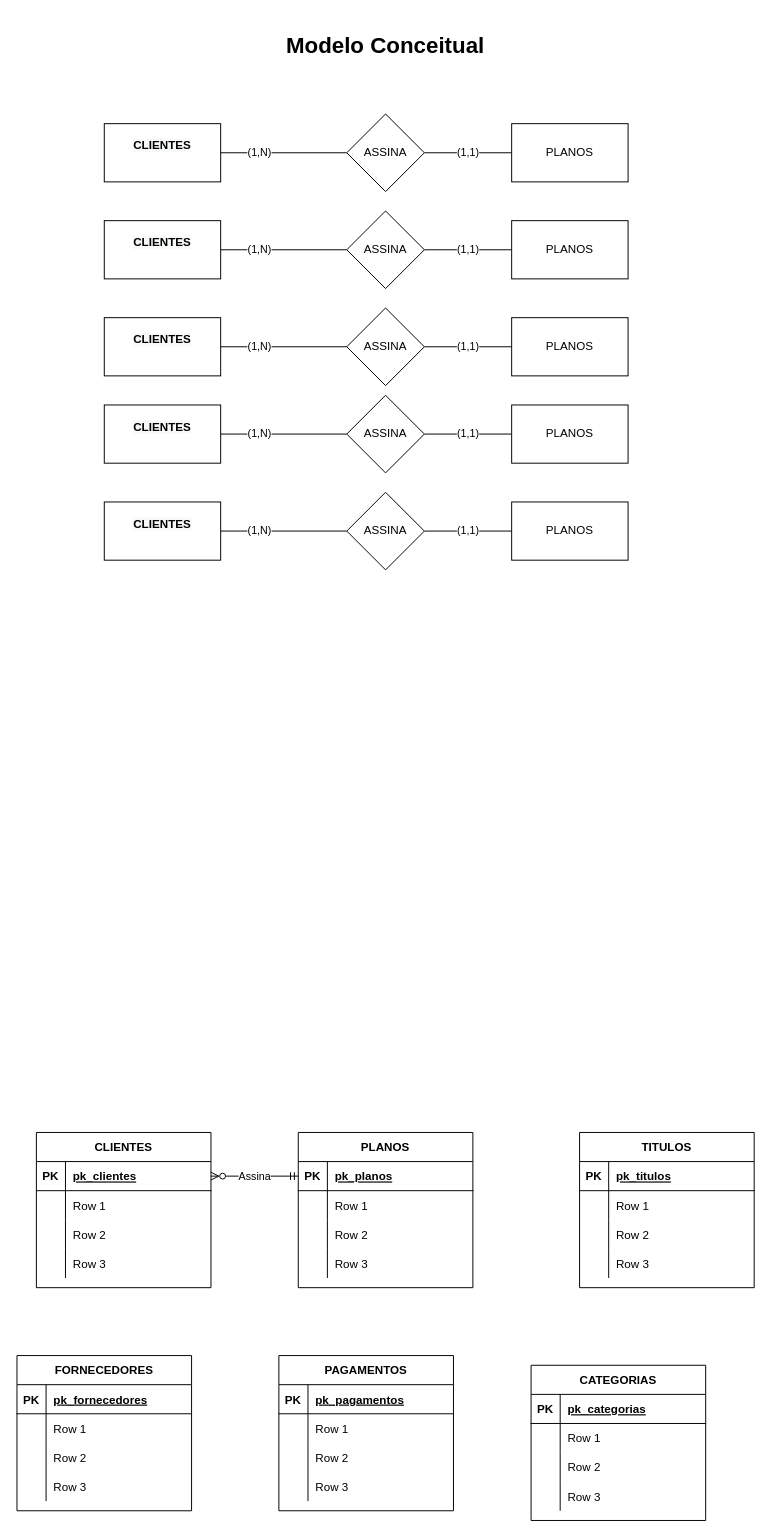
Above: Diagrama sem nome.drawio in fguit/FGV_BDV_AG (draw.io), before the change. Source tidied: cells renumbered, new cells numbered last; positions are measured from the earlier drawing's top-left corner, leaving out a move shared by most shapes. Both pictures are drawn from the tidied source at 97%, with x=0, y=0 at pixel (16, 16).
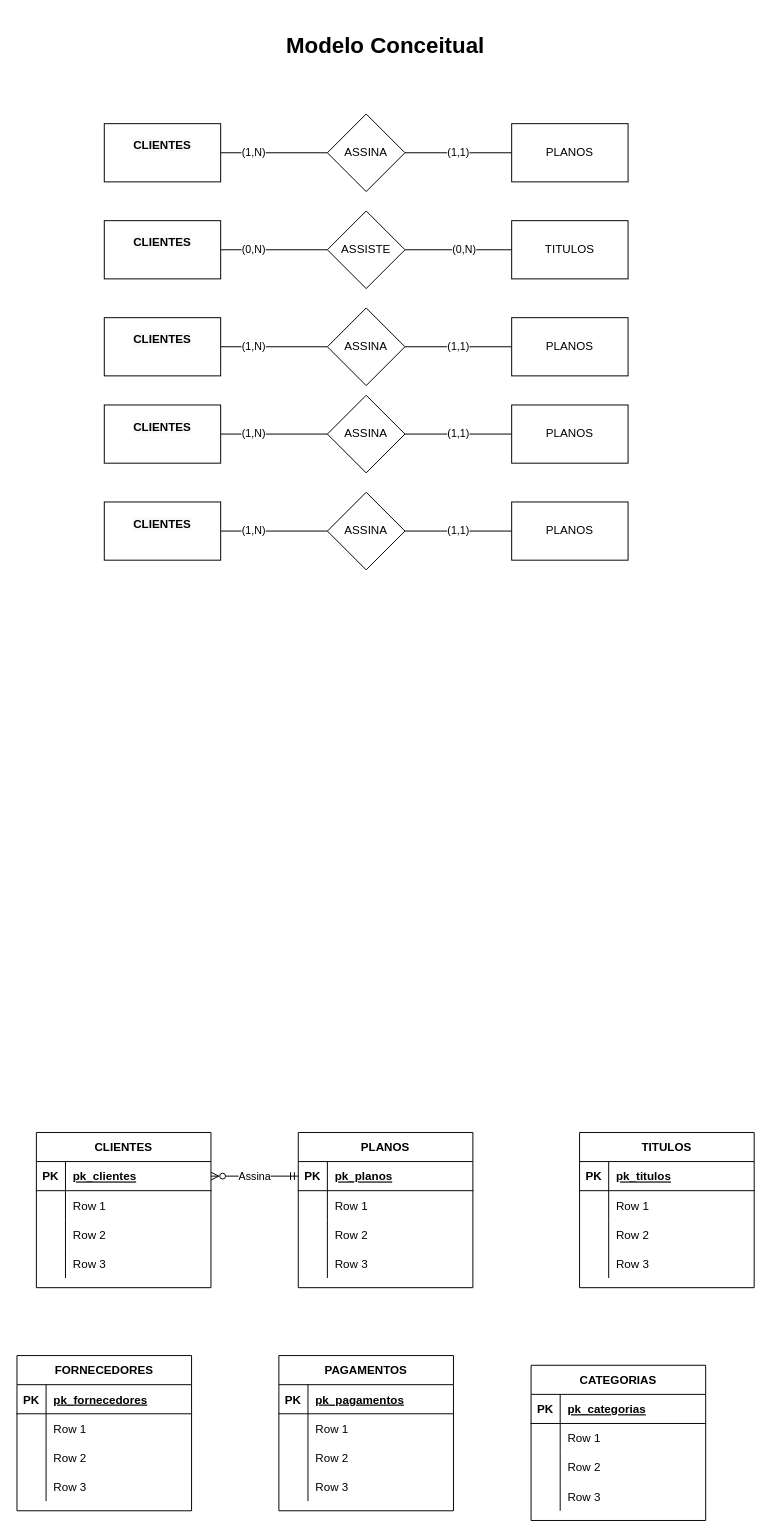
The same page after the edit.

The change refers to these unchanged cells:
```xml
<mxCell id="97" value="&#10;&lt;span style=&quot;color: rgb(0, 0, 0); font-family: Helvetica; font-size: 12px; font-style: normal; font-variant-ligatures: normal; font-variant-caps: normal; font-weight: 700; letter-spacing: normal; orphans: 2; text-align: center; text-indent: 0px; text-transform: none; widows: 2; word-spacing: 0px; -webkit-text-stroke-width: 0px; background-color: rgb(248, 249, 250); text-decoration-thickness: initial; text-decoration-style: initial; text-decoration-color: initial; float: none; display: inline !important;&quot;&gt;CLIENTES&lt;/span&gt;&#10;&#10;" style="rounded=0;whiteSpace=wrap;html=1;fillColor=default;" parent="1" vertex="1">
  <mxGeometry x="90" y="210" width="120" height="60" as="geometry" />
</mxCell>
```

Diff of the diagram source:
```diff
@@
     <mxCell id="84" value="ASSINA" style="rhombus;whiteSpace=wrap;html=1;fillColor=default;" parent="1" vertex="1">
-      <mxGeometry x="340" y="390" width="80" height="80" as="geometry" />
+      <mxGeometry x="320" y="390" width="80" height="80" as="geometry" />
     </mxCell>
@@
     <mxCell id="89" value="ASSINA" style="rhombus;whiteSpace=wrap;html=1;fillColor=default;" parent="1" vertex="1">
-      <mxGeometry x="340" y="490" width="80" height="80" as="geometry" />
+      <mxGeometry x="320" y="490" width="80" height="80" as="geometry" />
     </mxCell>
@@
     <mxCell id="94" value="ASSINA" style="rhombus;whiteSpace=wrap;html=1;fillColor=default;" parent="1" vertex="1">
-      <mxGeometry x="340" y="100" width="80" height="80" as="geometry" />
+      <mxGeometry x="320" y="100" width="80" height="80" as="geometry" />
     </mxCell>
@@
-    <mxCell id="96" value="(1,N)" style="edgeStyle=orthogonalEdgeStyle;rounded=0;jettySize=auto;html=1;exitX=1;exitY=0.5;exitDx=0;exitDy=0;entryX=0;entryY=0.5;entryDx=0;entryDy=0;startArrow=none;startFill=0;endArrow=none;endFill=0;" parent="1" edge="1" source="97" target="99">
-      <mxGeometry x="-0.38" relative="1" as="geometry" />
+    <mxCell id="96" value="(0,N)" style="edgeStyle=orthogonalEdgeStyle;rounded=0;jettySize=auto;html=1;exitX=1;exitY=0.5;exitDx=0;exitDy=0;entryX=0;entryY=0.5;entryDx=0;entryDy=0;startArrow=none;startFill=0;endArrow=none;endFill=0;" parent="1" edge="1" source="97" target="99">
+      <mxGeometry x="-0.38" relative="1" as="geometry">
+        <Array as="points">
+          <mxPoint x="240" y="240" />
+          <mxPoint x="240" y="240" />
+        </Array>
+      </mxGeometry>
     </mxCell>
@@
-    <mxCell id="98" value="(1,1)" style="edgeStyle=orthogonalEdgeStyle;rounded=0;jettySize=auto;html=1;exitX=1;exitY=0.5;exitDx=0;exitDy=0;entryX=0;entryY=0.5;entryDx=0;entryDy=0;startArrow=none;startFill=0;endArrow=none;endFill=0;" parent="1" edge="1" source="99" target="100">
-      <mxGeometry relative="1" as="geometry" />
+    <mxCell id="98" value="(0,N)" style="edgeStyle=orthogonalEdgeStyle;rounded=0;jettySize=auto;html=1;exitX=1;exitY=0.5;exitDx=0;exitDy=0;entryX=0;entryY=0.5;entryDx=0;entryDy=0;startArrow=none;startFill=0;endArrow=none;endFill=0;" parent="1" edge="1" source="99" target="100">
+      <mxGeometry x="0.11" relative="1" as="geometry" />
     </mxCell>
-    <mxCell id="99" value="ASSINA" style="rhombus;whiteSpace=wrap;html=1;fillColor=default;" parent="1" vertex="1">
-      <mxGeometry x="340" y="200" width="80" height="80" as="geometry" />
+    <mxCell id="99" value="ASSISTE" style="rhombus;whiteSpace=wrap;html=1;fillColor=default;" parent="1" vertex="1">
+      <mxGeometry x="320" y="200" width="80" height="80" as="geometry" />
     </mxCell>
-    <mxCell id="100" value="PLANOS" style="rounded=0;whiteSpace=wrap;html=1;fillColor=default;" parent="1" vertex="1">
+    <mxCell id="100" value="TITULOS" style="rounded=0;whiteSpace=wrap;html=1;fillColor=default;" parent="1" vertex="1">
       <mxGeometry x="510" y="210" width="120" height="60" as="geometry" />
     </mxCell>
@@
     <mxCell id="104" value="ASSINA" style="rhombus;whiteSpace=wrap;html=1;fillColor=default;" parent="1" vertex="1">
-      <mxGeometry x="340" y="300" width="80" height="80" as="geometry" />
+      <mxGeometry x="320" y="300" width="80" height="80" as="geometry" />
     </mxCell>
```
